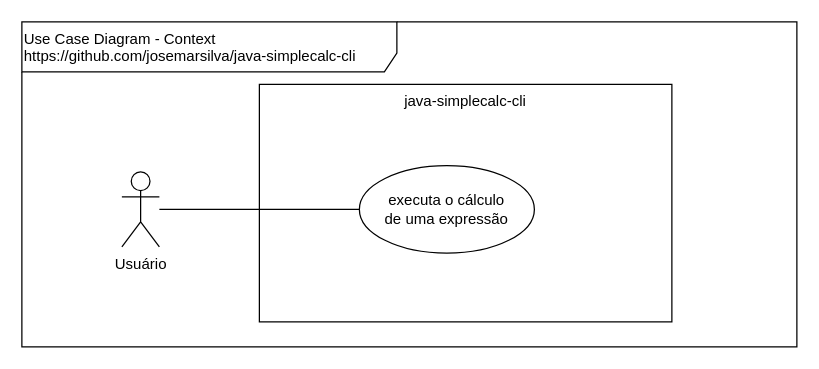
josemarsilva/java-simplecalc-spring-boot keeps this draw.io diagram as doc/UseCaseDiagram-Context.drawio. Above is the earlier version. Source tidied: cells renumbered, new cells numbered last; positions are measured from the earlier drawing's top-left corner, leaving out a move shared by most shapes. Both pictures are drawn from the tidied source at 125%, with x=0, y=0 at pixel (21, 21).
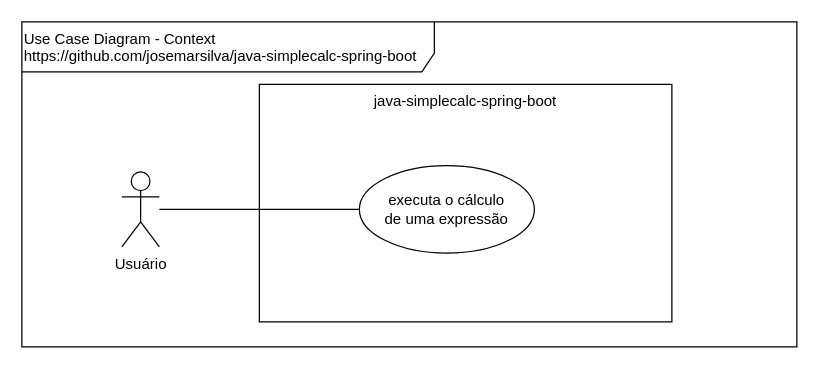
Above is the later version.

Change to the diagram source:
```diff
@@
 <mxGraphModel>
   <root>
     <mxCell id="0" />
     <mxCell id="1" parent="0" />
-    <mxCell id="2" value="Use Case Diagram - Context&lt;br&gt;https://github.com/josemarsilva/java-simplecalc-cli&lt;br&gt;" style="shape=umlFrame;whiteSpace=wrap;html=1;width=300;height=40;verticalAlign=top;align=left;" parent="1" vertex="1">
+    <mxCell id="2" value="Use Case Diagram - Context&lt;br&gt;https://github.com/josemarsilva/java-simplecalc-spring-boot&lt;br&gt;" style="shape=umlFrame;whiteSpace=wrap;html=1;width=330;height=40;verticalAlign=top;align=left;" parent="1" vertex="1">
       <mxGeometry width="620" height="260" as="geometry" />
     </mxCell>
     <mxCell id="3" value="&lt;div style=&quot;text-align: center&quot;&gt;&lt;span&gt;Usuário&lt;/span&gt;&lt;/div&gt;" style="shape=umlActor;verticalLabelPosition=bottom;labelBackgroundColor=#ffffff;verticalAlign=top;html=1;align=center;" parent="1" vertex="1">
       <mxGeometry x="80" y="120" width="30" height="60" as="geometry" />
     </mxCell>
-    <mxCell id="4" value="&lt;div style=&quot;text-align: center&quot;&gt;&lt;span&gt;java-simplecalc-cli&lt;/span&gt;&lt;/div&gt;" style="rounded=0;whiteSpace=wrap;html=1;align=center;verticalAlign=top;" parent="1" vertex="1">
+    <mxCell id="4" value="&lt;div style=&quot;text-align: center&quot;&gt;&lt;span&gt;java-simplecalc-spring-boot&lt;/span&gt;&lt;/div&gt;" style="rounded=0;whiteSpace=wrap;html=1;align=center;verticalAlign=top;" parent="1" vertex="1">
       <mxGeometry x="190" y="50" width="330" height="190" as="geometry" />
     </mxCell>
     <mxCell id="5" value="executa o cálculo &lt;br&gt;de uma expressão" style="ellipse;whiteSpace=wrap;html=1;align=center;" parent="1" vertex="1">
       <mxGeometry x="270" y="115" width="140" height="70" as="geometry" />
     </mxCell>
     <mxCell id="6" style="edgeStyle=orthogonalEdgeStyle;rounded=0;jettySize=auto;html=1;endArrow=none;endFill=0;" parent="1" edge="1" source="3" target="5">
       <mxGeometry relative="1" as="geometry" />
     </mxCell>
   </root>
 </mxGraphModel>
```
